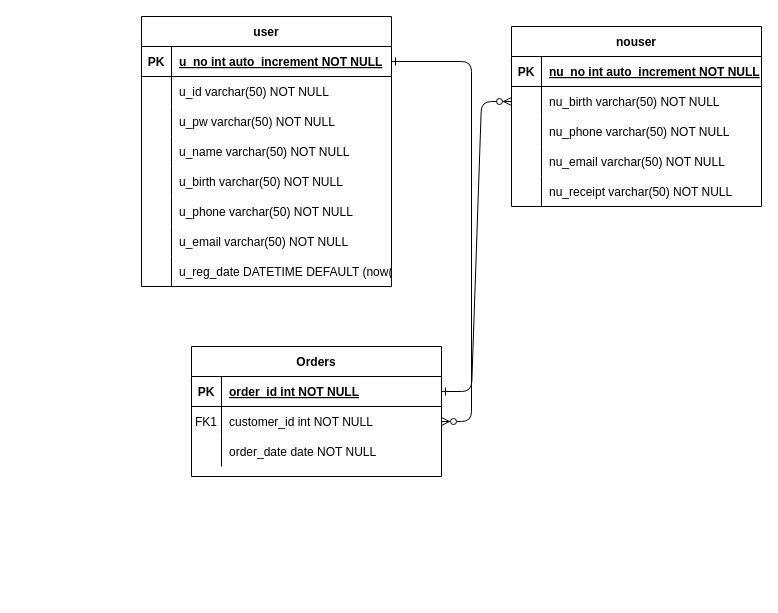
The draw.io diagram 여행사데이터.drawio in pjw0808/portfolio, before the edit. Source tidied: cells renumbered, new cells numbered last; positions are measured from the earlier drawing's top-left corner, leaving out a move shared by most shapes. Both pictures are drawn from the tidied source at 100%, with x=0, y=0 at pixel (141, 16).
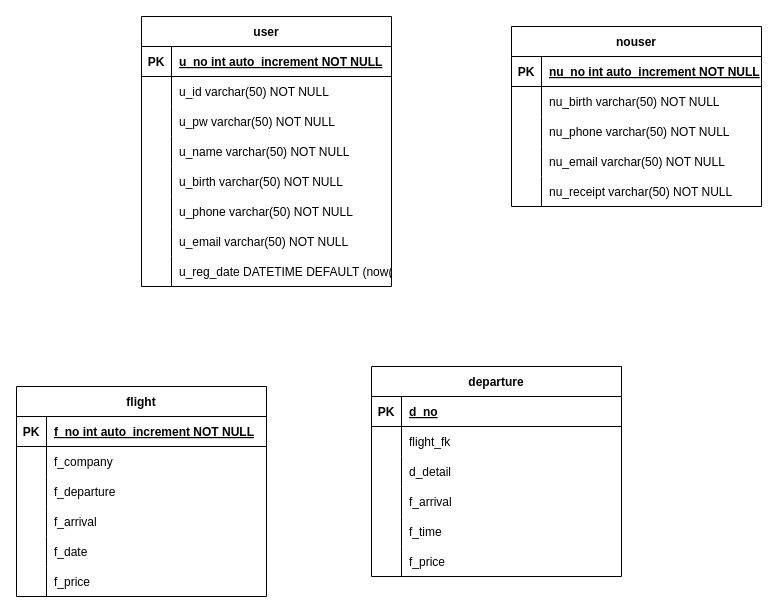
The same page after the edit.

Commit message:
여행사데이터.drawio 업데이트

Unchanged cells that the change refers to:
```xml
<mxCell id="5" style="shape=partialRectangle;fillColor=none;points=[[0,0.5],[1,0.5]];portConstraint=eastwest;top=0;left=0;right=0;bottom=1;" parent="4" vertex="1">
  <mxGeometry y="30" width="250" height="30" as="geometry" />
</mxCell>
<mxCell id="8" style="shape=partialRectangle;fillColor=none;points=[[0,0.5],[1,0.5]];portConstraint=eastwest;top=0;left=0;right=0;bottom=0;" parent="4" vertex="1">
  <mxGeometry y="60" width="250" height="30" as="geometry" />
</mxCell>
<mxCell id="11" style="shape=partialRectangle;fillColor=none;top=0;left=0;right=0;bottom=0;" parent="4" vertex="1">
  <mxGeometry y="90" width="250" height="30" as="geometry" />
</mxCell>
<mxCell id="18" style="shape=partialRectangle;fillColor=none;points=[[0,0.5],[1,0.5]];portConstraint=eastwest;top=0;left=0;right=0;bottom=0;" parent="14" vertex="1">
  <mxGeometry y="60" width="250" height="30" as="geometry" />
</mxCell>
<mxCell id="31" style="shape=partialRectangle;fillColor=none;points=[[0,0.5],[1,0.5]];portConstraint=eastwest;top=0;left=0;right=0;bottom=1;" parent="30" vertex="1">
  <mxGeometry y="30" width="250" height="30" as="geometry" />
</mxCell>
```

The edit, as a diff of the source:
```diff
@@
-    <mxCell id="2" style="edgeStyle=entityRelationEdgeStyle;endArrow=ERzeroToMany;startArrow=ERone;endFill=1;startFill=0;" parent="1" edge="1" source="31" target="8">
-      <mxGeometry relative="1" as="geometry" />
-    </mxCell>
-    <mxCell id="3" style="edgeStyle=entityRelationEdgeStyle;endArrow=ERzeroToMany;startArrow=ERone;endFill=1;startFill=0;" parent="1" edge="1" source="5" target="18">
-      <mxGeometry relative="1" as="geometry" />
-    </mxCell>
-    <mxCell id="4" value="Orders" style="shape=table;startSize=30;childLayout=tableLayout;rowLines=0;fontStyle=1;align=center;" parent="1" vertex="1">
-      <mxGeometry x="50" y="330" width="250" height="130" as="geometry" />
+    <mxCell id="4" value="flight" style="shape=table;startSize=30;childLayout=tableLayout;rowLines=0;fontStyle=1;align=center;" parent="1" vertex="1">
+      <mxGeometry x="-125" y="370" width="250" height="210" as="geometry" />
     </mxCell>
@@
-    <mxCell id="7" value="order_id int NOT NULL " style="shape=partialRectangle;overflow=hidden;fillColor=none;top=0;left=0;bottom=0;right=0;align=left;spacingLeft=6;fontStyle=5;" parent="5" vertex="1">
+    <mxCell id="7" value="f_no int auto_increment NOT NULL" style="shape=partialRectangle;overflow=hidden;fillColor=none;top=0;left=0;bottom=0;right=0;align=left;spacingLeft=6;fontStyle=5;" parent="5" vertex="1">
       <mxGeometry x="30" width="220" height="30" as="geometry" />
     </mxCell>
@@
-    <mxCell id="9" value="FK1" style="shape=partialRectangle;overflow=hidden;fillColor=none;top=0;left=0;bottom=0;right=0;" parent="8" vertex="1">
+    <mxCell id="9" style="shape=partialRectangle;overflow=hidden;fillColor=none;top=0;left=0;bottom=0;right=0;" parent="8" vertex="1">
       <mxGeometry width="30" height="30" as="geometry" />
     </mxCell>
-    <mxCell id="10" value="customer_id int NOT NULL" style="shape=partialRectangle;overflow=hidden;fillColor=none;top=0;left=0;bottom=0;right=0;align=left;spacingLeft=6;" parent="8" vertex="1">
+    <mxCell id="10" value="f_company" style="shape=partialRectangle;overflow=hidden;fillColor=none;top=0;left=0;bottom=0;right=0;align=left;spacingLeft=6;" parent="8" vertex="1">
       <mxGeometry x="30" width="220" height="30" as="geometry" />
     </mxCell>
@@
-    <mxCell id="13" value="order_date date NOT NULL" style="shape=partialRectangle;overflow=hidden;fillColor=none;top=0;left=0;bottom=0;right=0;align=left;spacingLeft=6;" parent="11" vertex="1">
+    <mxCell id="13" value="f_departure" style="shape=partialRectangle;overflow=hidden;fillColor=none;top=0;left=0;bottom=0;right=0;align=left;spacingLeft=6;" parent="11" vertex="1">
       <mxGeometry x="30" width="220" height="30" as="geometry" />
     </mxCell>
+    <mxCell id="55" style="shape=partialRectangle;fillColor=none;top=0;left=0;right=0;bottom=0;" parent="4" vertex="1">
+      <mxGeometry y="120" width="250" height="30" as="geometry" />
+    </mxCell>
+    <mxCell id="56" style="shape=partialRectangle;overflow=hidden;fillColor=none;top=0;left=0;bottom=0;right=0;" parent="55" vertex="1">
+      <mxGeometry width="30" height="30" as="geometry" />
+    </mxCell>
+    <mxCell id="57" value="f_arrival" style="shape=partialRectangle;overflow=hidden;fillColor=none;top=0;left=0;bottom=0;right=0;align=left;spacingLeft=6;" parent="55" vertex="1">
+      <mxGeometry x="30" width="220" height="30" as="geometry" />
+    </mxCell>
+    <mxCell id="58" style="shape=partialRectangle;fillColor=none;top=0;left=0;right=0;bottom=0;" parent="4" vertex="1">
+      <mxGeometry y="150" width="250" height="30" as="geometry" />
+    </mxCell>
+    <mxCell id="59" style="shape=partialRectangle;overflow=hidden;fillColor=none;top=0;left=0;bottom=0;right=0;" parent="58" vertex="1">
+      <mxGeometry width="30" height="30" as="geometry" />
+    </mxCell>
+    <mxCell id="60" value="f_date" style="shape=partialRectangle;overflow=hidden;fillColor=none;top=0;left=0;bottom=0;right=0;align=left;spacingLeft=6;" parent="58" vertex="1">
+      <mxGeometry x="30" width="220" height="30" as="geometry" />
+    </mxCell>
+    <mxCell id="61" style="shape=partialRectangle;fillColor=none;top=0;left=0;right=0;bottom=0;" parent="4" vertex="1">
+      <mxGeometry y="180" width="250" height="30" as="geometry" />
+    </mxCell>
+    <mxCell id="62" style="shape=partialRectangle;overflow=hidden;fillColor=none;top=0;left=0;bottom=0;right=0;" parent="61" vertex="1">
+      <mxGeometry width="30" height="30" as="geometry" />
+    </mxCell>
+    <mxCell id="63" value="f_price" style="shape=partialRectangle;overflow=hidden;fillColor=none;top=0;left=0;bottom=0;right=0;align=left;spacingLeft=6;" parent="61" vertex="1">
+      <mxGeometry x="30" width="220" height="30" as="geometry" />
+    </mxCell>
@@
+    <mxCell id="64" value="departure" style="shape=table;startSize=30;childLayout=tableLayout;rowLines=0;fontStyle=1;align=center;" parent="1" vertex="1">
+      <mxGeometry x="230" y="350" width="250" height="210" as="geometry" />
+    </mxCell>
+    <mxCell id="65" style="shape=partialRectangle;fillColor=none;top=0;left=0;right=0;bottom=1;" parent="64" vertex="1">
+      <mxGeometry y="30" width="250" height="30" as="geometry" />
+    </mxCell>
+    <mxCell id="66" value="PK" style="shape=partialRectangle;overflow=hidden;fillColor=none;top=0;left=0;bottom=0;right=0;fontStyle=1;" parent="65" vertex="1">
+      <mxGeometry width="30" height="30" as="geometry" />
+    </mxCell>
+    <mxCell id="67" value="d_no" style="shape=partialRectangle;overflow=hidden;fillColor=none;top=0;left=0;bottom=0;right=0;align=left;spacingLeft=6;fontStyle=5;" parent="65" vertex="1">
+      <mxGeometry x="30" width="220" height="30" as="geometry" />
+    </mxCell>
+    <mxCell id="68" style="shape=partialRectangle;fillColor=none;top=0;left=0;right=0;bottom=0;" parent="64" vertex="1">
+      <mxGeometry y="60" width="250" height="30" as="geometry" />
+    </mxCell>
+    <mxCell id="69" style="shape=partialRectangle;overflow=hidden;fillColor=none;top=0;left=0;bottom=0;right=0;" parent="68" vertex="1">
+      <mxGeometry width="30" height="30" as="geometry" />
+    </mxCell>
+    <mxCell id="70" value="flight_fk" style="shape=partialRectangle;overflow=hidden;fillColor=none;top=0;left=0;bottom=0;right=0;align=left;spacingLeft=6;" parent="68" vertex="1">
+      <mxGeometry x="30" width="220" height="30" as="geometry" />
+    </mxCell>
+    <mxCell id="71" style="shape=partialRectangle;fillColor=none;top=0;left=0;right=0;bottom=0;" parent="64" vertex="1">
+      <mxGeometry y="90" width="250" height="30" as="geometry" />
+    </mxCell>
+    <mxCell id="72" style="shape=partialRectangle;overflow=hidden;fillColor=none;top=0;left=0;bottom=0;right=0;" parent="71" vertex="1">
+      <mxGeometry width="30" height="30" as="geometry" />
+    </mxCell>
+    <mxCell id="73" value="d_detail" style="shape=partialRectangle;overflow=hidden;fillColor=none;top=0;left=0;bottom=0;right=0;align=left;spacingLeft=6;" parent="71" vertex="1">
+      <mxGeometry x="30" width="220" height="30" as="geometry" />
+    </mxCell>
+    <mxCell id="74" style="shape=partialRectangle;fillColor=none;top=0;left=0;right=0;bottom=0;" parent="64" vertex="1">
+      <mxGeometry y="120" width="250" height="30" as="geometry" />
+    </mxCell>
+    <mxCell id="75" style="shape=partialRectangle;overflow=hidden;fillColor=none;top=0;left=0;bottom=0;right=0;" parent="74" vertex="1">
+      <mxGeometry width="30" height="30" as="geometry" />
+    </mxCell>
+    <mxCell id="76" value="f_arrival" style="shape=partialRectangle;overflow=hidden;fillColor=none;top=0;left=0;bottom=0;right=0;align=left;spacingLeft=6;" parent="74" vertex="1">
+      <mxGeometry x="30" width="220" height="30" as="geometry" />
+    </mxCell>
+    <mxCell id="77" style="shape=partialRectangle;fillColor=none;top=0;left=0;right=0;bottom=0;" parent="64" vertex="1">
+      <mxGeometry y="150" width="250" height="30" as="geometry" />
+    </mxCell>
+    <mxCell id="78" style="shape=partialRectangle;overflow=hidden;fillColor=none;top=0;left=0;bottom=0;right=0;" parent="77" vertex="1">
+      <mxGeometry width="30" height="30" as="geometry" />
+    </mxCell>
+    <mxCell id="79" value="f_time" style="shape=partialRectangle;overflow=hidden;fillColor=none;top=0;left=0;bottom=0;right=0;align=left;spacingLeft=6;" parent="77" vertex="1">
+      <mxGeometry x="30" width="220" height="30" as="geometry" />
+    </mxCell>
+    <mxCell id="80" style="shape=partialRectangle;fillColor=none;top=0;left=0;right=0;bottom=0;" parent="64" vertex="1">
+      <mxGeometry y="180" width="250" height="30" as="geometry" />
+    </mxCell>
+    <mxCell id="81" style="shape=partialRectangle;overflow=hidden;fillColor=none;top=0;left=0;bottom=0;right=0;" parent="80" vertex="1">
+      <mxGeometry width="30" height="30" as="geometry" />
+    </mxCell>
+    <mxCell id="82" value="f_price" style="shape=partialRectangle;overflow=hidden;fillColor=none;top=0;left=0;bottom=0;right=0;align=left;spacingLeft=6;" parent="80" vertex="1">
+      <mxGeometry x="30" width="220" height="30" as="geometry" />
+    </mxCell>
```
